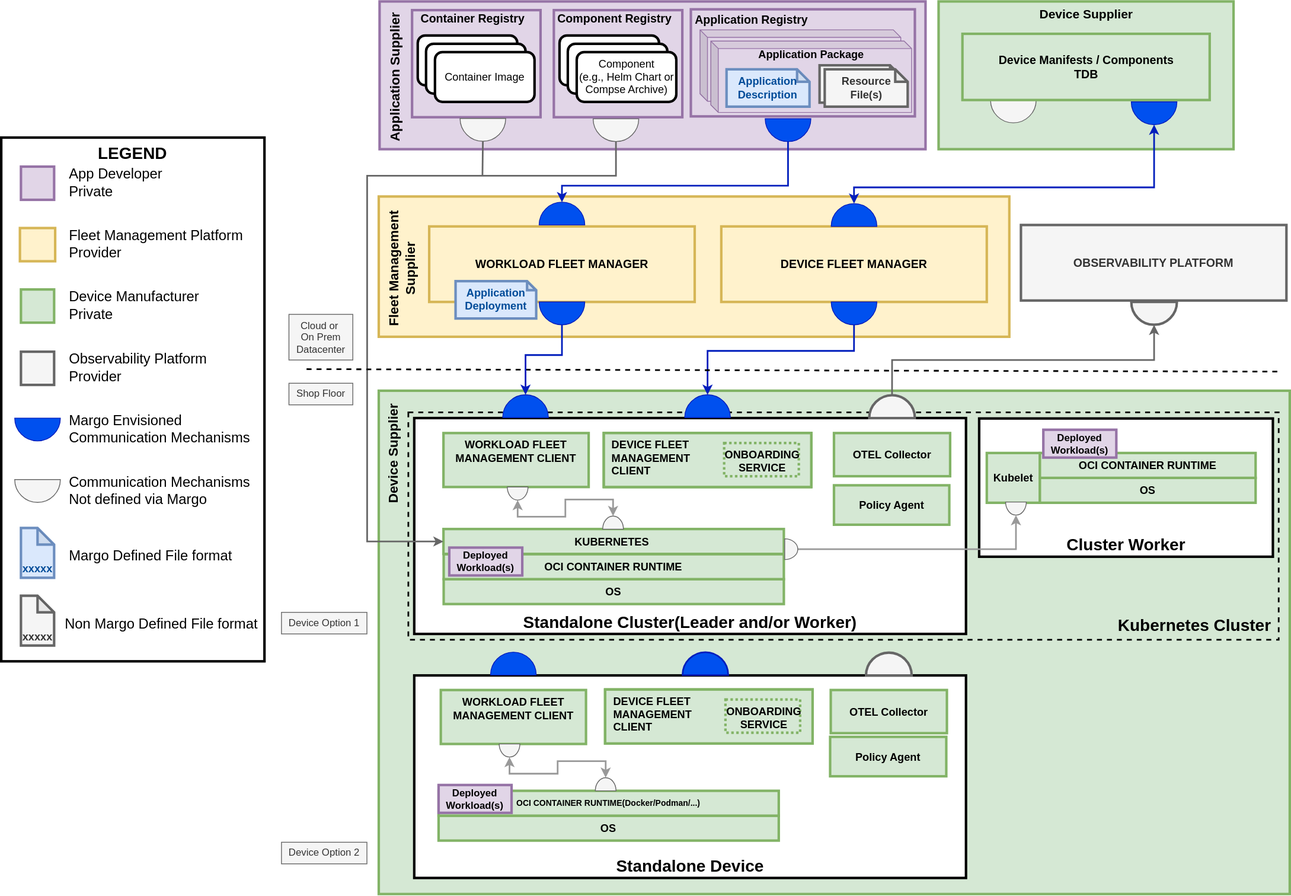
This is system-design/figures/System-design.drawio.svg from margo/general_website_content, a draw.io export, as it was before one commit. Source tidied: cells renumbered, new cells last; positions are measured from the earlier drawing's top-left corner, leaving out a move shared by most shapes.
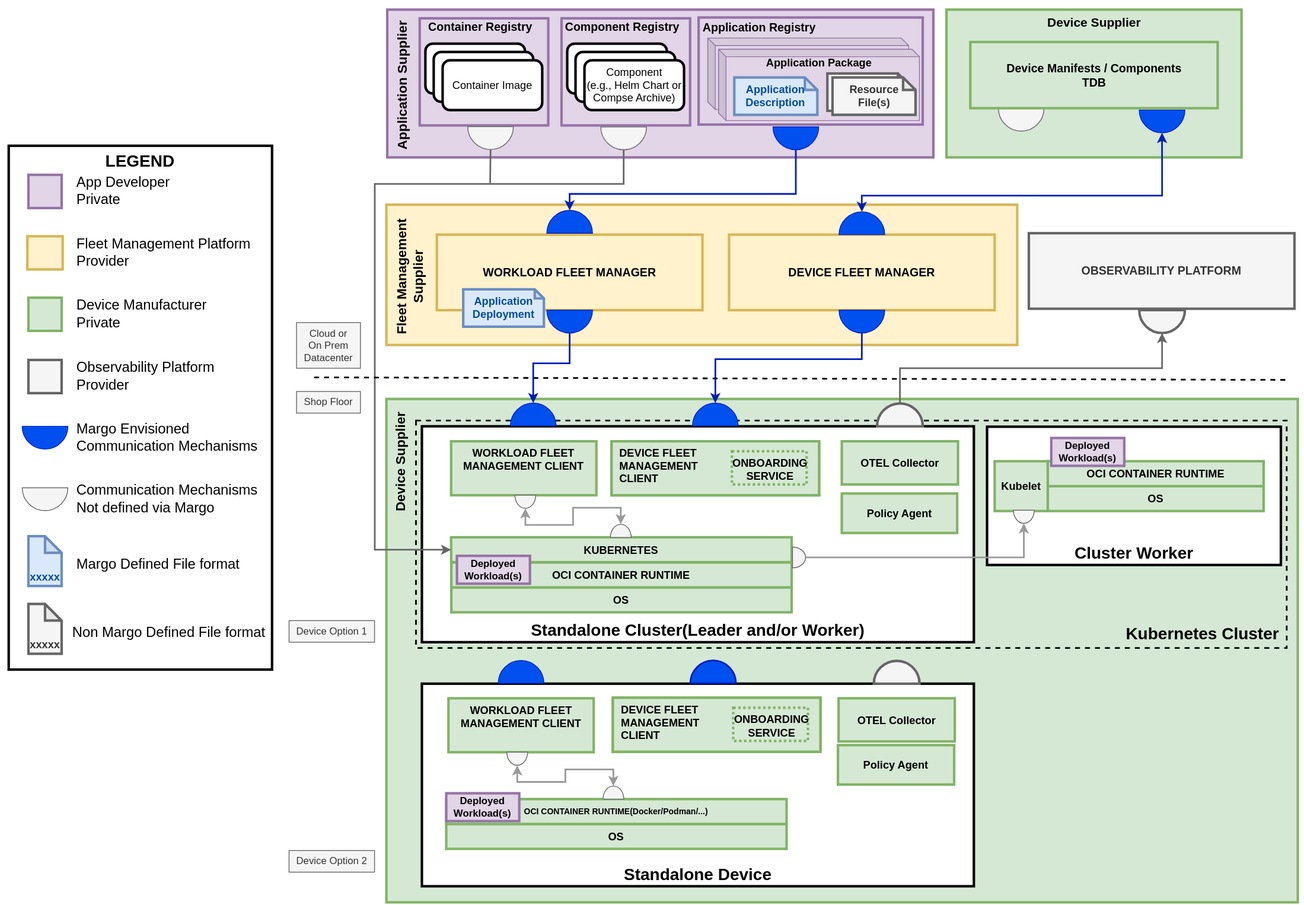
Above is the later version.

Change to the diagram source:
```diff
@@ -2,6 +2,9 @@
   <root>
     <mxCell id="0" />
     <mxCell id="1" parent="0" />
+    <mxCell id="121" style="rounded=0;whiteSpace=wrap;html=1;strokeColor=none;" parent="1" vertex="1">
+      <mxGeometry x="-10" y="-11" width="1570" height="1090" as="geometry" />
+    </mxCell>
     <mxCell id="2" style="rounded=0;whiteSpace=wrap;html=1;fillColor=#fff2cc;strokeColor=#d6b656;strokeWidth=3;" parent="1" vertex="1">
       <mxGeometry x="455" y="235" width="760" height="169" as="geometry" />
     </mxCell>
```
